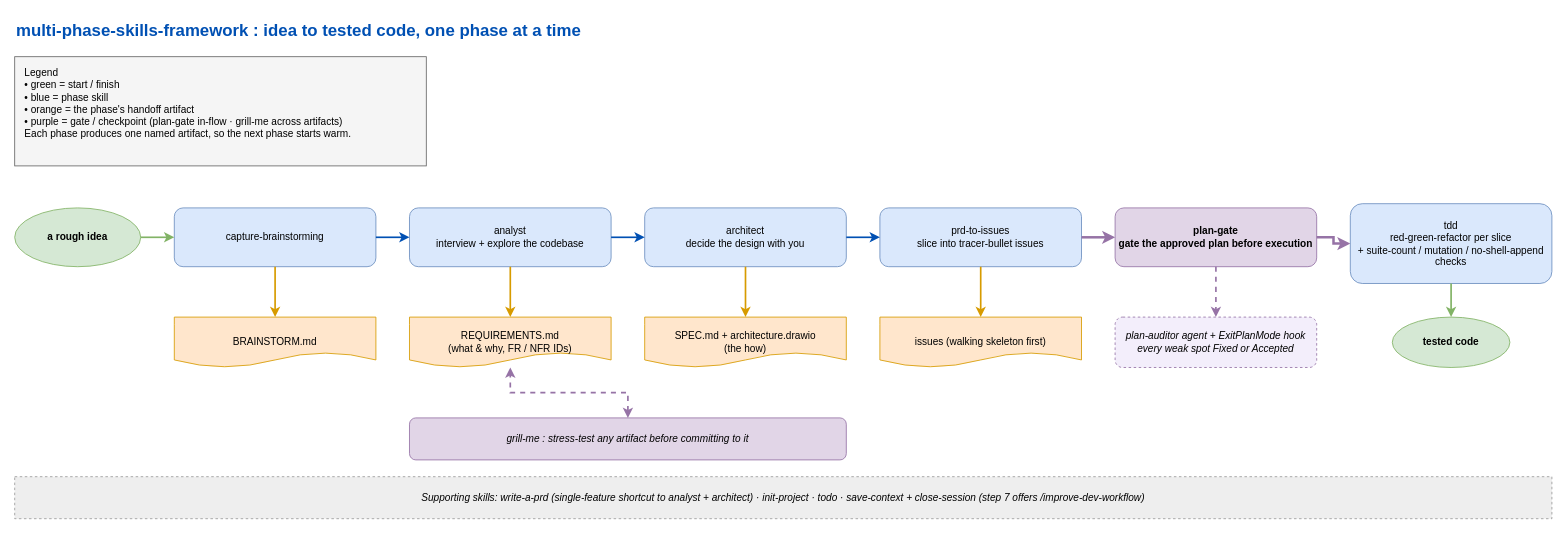
The draw.io diagram docs/framework-flows.drawio in eranw2000/multi-phase-skills-framework, before the edit. Source tidied: cells renumbered, new cells numbered last; positions are measured from the earlier drawing's top-left corner, leaving out a move shared by most shapes. Both pictures are drawn from the tidied source at 84%, with x=0, y=0 at pixel (14, 14).
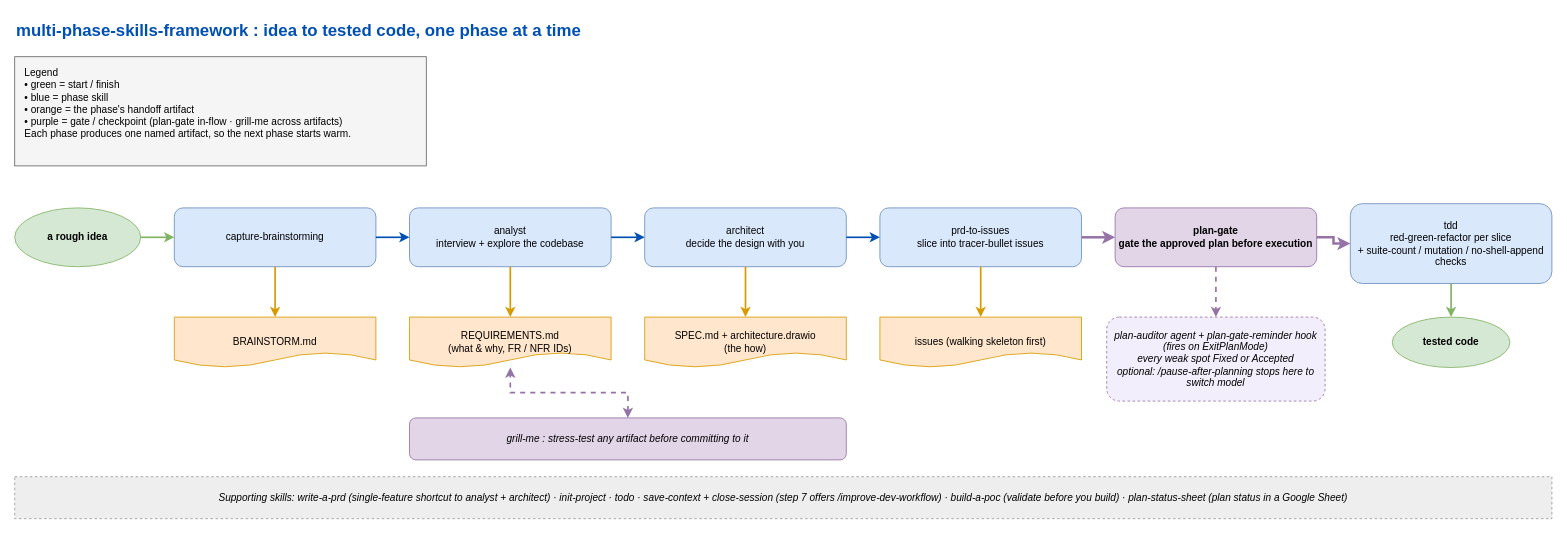
After the change.

Change to the diagram source:
```diff
@@
-    <mxCell id="14" value="plan-auditor agent + ExitPlanMode hook&#10;every weak spot Fixed or Accepted" style="rounded=1;fillColor=#f3eefb;strokeColor=#9673a6;html=1;whiteSpace=wrap;fontStyle=2;dashed=1;" parent="1" vertex="1">
-      <mxGeometry x="1310" y="360" width="240" height="60" as="geometry" />
+    <mxCell id="14" value="plan-auditor agent + plan-gate-reminder hook (fires on ExitPlanMode)&#10;every weak spot Fixed or Accepted&#10;optional: /pause-after-planning stops here to switch model" style="rounded=1;fillColor=#f3eefb;strokeColor=#9673a6;html=1;whiteSpace=wrap;fontStyle=2;dashed=1;" parent="1" vertex="1">
+      <mxGeometry x="1300" y="360" width="260" height="100" as="geometry" />
     </mxCell>
@@
-    <mxCell id="18" value="Supporting skills:  write-a-prd (single-feature shortcut to analyst + architect)  ·  init-project  ·  todo  ·  save-context + close-session (step 7 offers /improve-dev-workflow)" style="rounded=0;fillColor=#eeeeee;strokeColor=#999999;html=1;whiteSpace=wrap;fontStyle=2;dashed=1;verticalAlign=middle;align=center;" parent="1" vertex="1">
+    <mxCell id="18" value="Supporting skills:  write-a-prd (single-feature shortcut to analyst + architect)  ·  init-project  ·  todo  ·  save-context + close-session (step 7 offers /improve-dev-workflow)  ·  build-a-poc (validate before you build)  ·  plan-status-sheet (plan status in a Google Sheet)" style="rounded=0;fillColor=#eeeeee;strokeColor=#999999;html=1;whiteSpace=wrap;fontStyle=2;dashed=1;verticalAlign=middle;align=center;" parent="1" vertex="1">
       <mxGeometry y="550" width="1830" height="50" as="geometry" />
     </mxCell>
```
